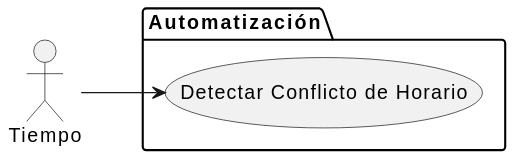
inigovaqueroo04/25-26-IdSw1-SdR keeps this PlantUML diagram as documents/actoresYCasosDeUso/diagramas/diagramaAutomatización/diagramaAutomatizacion.svg. Above is the earlier version.
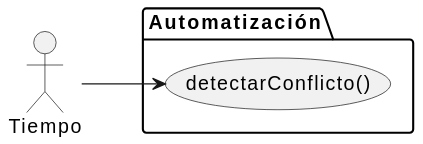
The same file after the commit.

Change to the diagram source:
```diff
@@ -3,7 +3,7 @@
 actor "Tiempo" as T
 
     package "Automatización" {
-        usecase "Detectar Conflicto de Horario" as UC_A1
+        usecase "detectarConflicto()" as UC_A1
     }
 
     T --> UC_A1
```
